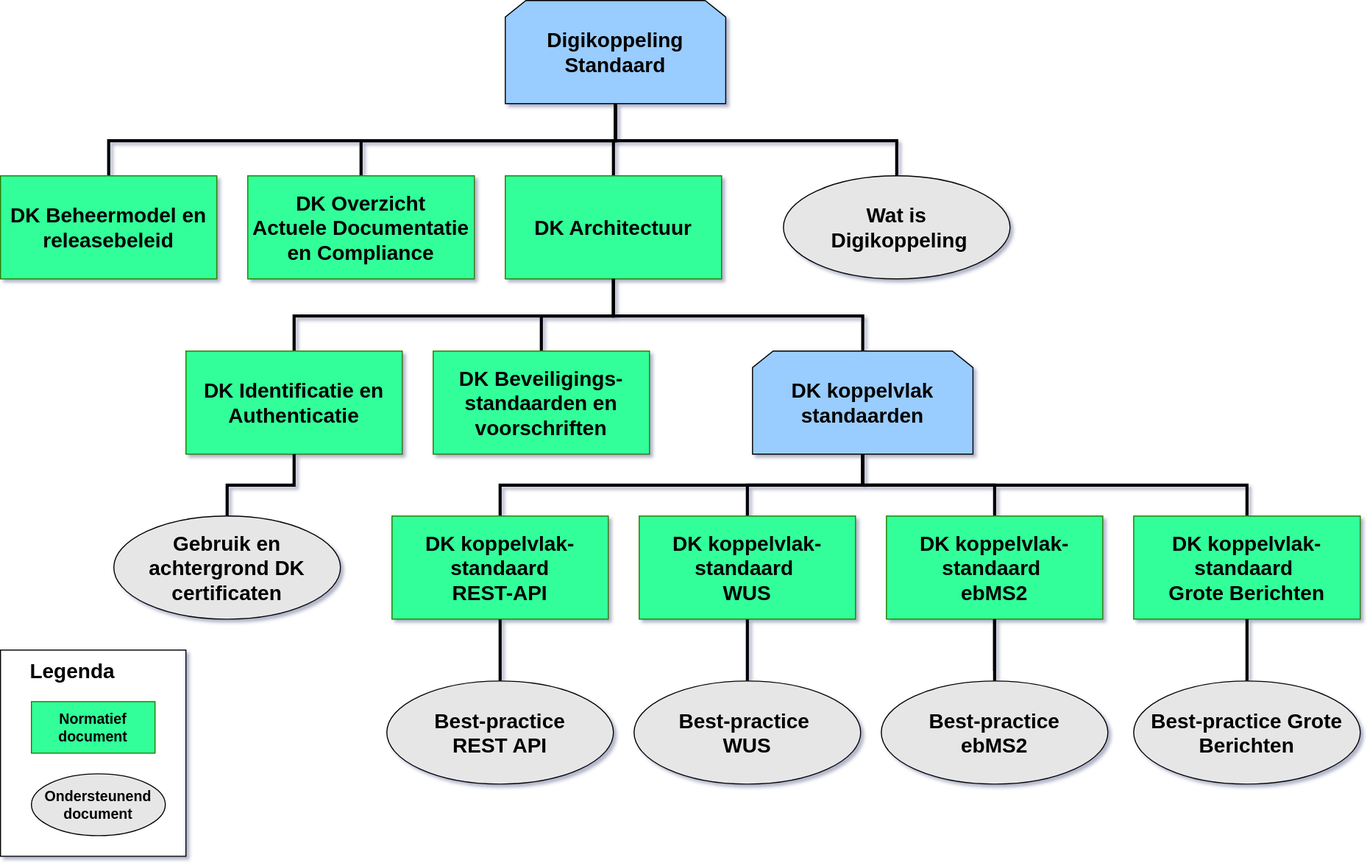
Earlier version of the draw.io export media/DK_Specificatie_structuur.svg (Logius-standaarden/Digikoppeling-Overzicht-Actuele-Documentatie-en-Compliance). Source tidied: cells renumbered, new cells last; positions are measured from the earlier drawing's top-left corner, leaving out a move shared by most shapes.
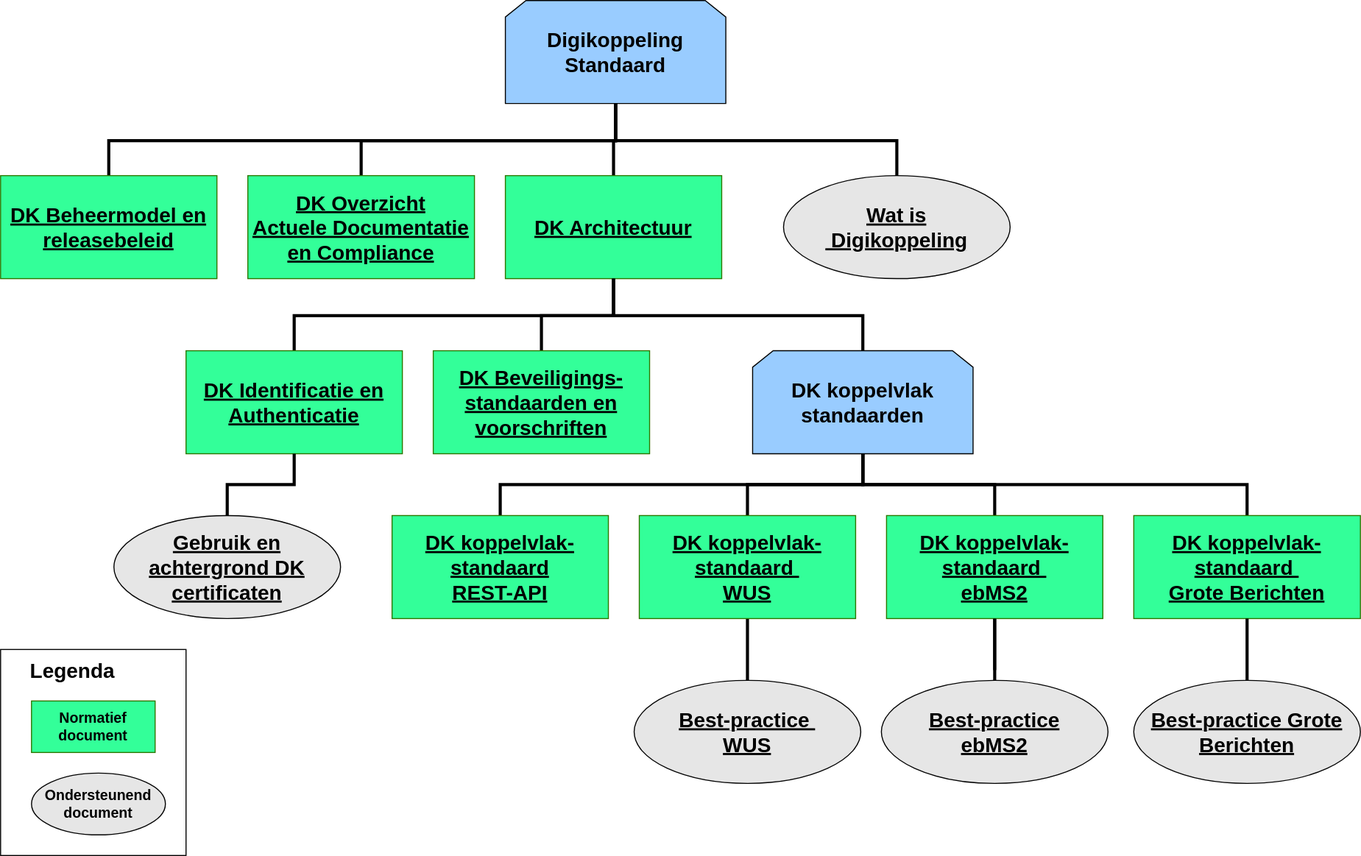
After the commit.

Commit message:
Beheer: update digikoppeling overzicht met linkjes

What changed in the source:
```diff
@@ -8,13 +8,13 @@
     <mxCell id="3" value="&lt;b style=&quot;font-size: 20px;&quot;&gt;Digikoppeling&lt;br style=&quot;font-size: 20px;&quot;&gt;&amp;nbsp;Standaard&amp;nbsp;&lt;/b&gt;" style="shape=loopLimit;whiteSpace=wrap;html=1;fontSize=20;fillColor=#99CCFF;" parent="1" vertex="1">
       <mxGeometry x="490" width="214" height="100" as="geometry" />
     </mxCell>
-    <mxCell id="4" value="DK Beheermodel en releasebeleid" style="rounded=0;whiteSpace=wrap;html=1;fontSize=20;fontStyle=1;fillColor=#33FF99;strokeColor=#2D7600;fontColor=#000000;" parent="1" vertex="1">
+    <mxCell id="4" value="&lt;u&gt;DK Beheermodel en releasebeleid&lt;/u&gt;" style="rounded=0;whiteSpace=wrap;html=1;fontSize=20;fontStyle=1;fillColor=#33FF99;strokeColor=#2D7600;fontColor=#000000;" parent="1" vertex="1">
       <mxGeometry y="170" width="210" height="100" as="geometry" />
     </mxCell>
     <mxCell id="5" style="edgeStyle=elbowEdgeStyle;rounded=0;jettySize=auto;elbow=vertical;html=1;exitX=0.5;exitY=0;exitDx=0;exitDy=0;entryX=0.5;entryY=1;entryDx=0;entryDy=0;fontSize=20;fontColor=#000000;endArrow=none;endFill=0;strokeWidth=3;" parent="1" edge="1" source="6" target="3">
       <mxGeometry relative="1" as="geometry" />
     </mxCell>
-    <mxCell id="6" value="&lt;div style=&quot;font-size: 20px&quot;&gt;&lt;br&gt;&lt;/div&gt;&lt;div style=&quot;font-size: 20px&quot;&gt;DK Overzicht &lt;br&gt;Actuele Documentatie en Compliance&lt;/div&gt;&lt;div style=&quot;font-size: 20px&quot;&gt;&lt;br style=&quot;font-size: 20px&quot;&gt;&lt;/div&gt;" style="rounded=0;whiteSpace=wrap;html=1;fontSize=20;fontStyle=1;fillColor=#33FF99;strokeColor=#2D7600;fontColor=#000000;" parent="1" vertex="1">
+    <mxCell id="6" value="&lt;div style=&quot;font-size: 20px&quot;&gt;&lt;br&gt;&lt;/div&gt;&lt;div style=&quot;font-size: 20px&quot;&gt;&lt;u&gt;DK Overzicht &lt;br&gt;Actuele Documentatie en Compliance&lt;/u&gt;&lt;/div&gt;&lt;div style=&quot;font-size: 20px&quot;&gt;&lt;br style=&quot;font-size: 20px&quot;&gt;&lt;/div&gt;" style="rounded=0;whiteSpace=wrap;html=1;fontSize=20;fontStyle=1;fillColor=#33FF99;strokeColor=#2D7600;fontColor=#000000;" parent="1" vertex="1">
       <mxGeometry x="240" y="170" width="220" height="100" as="geometry" />
     </mxCell>
     <mxCell id="7" style="edgeStyle=elbowEdgeStyle;rounded=0;jettySize=auto;elbow=vertical;html=1;exitX=0.5;exitY=0;exitDx=0;exitDy=0;entryX=0.5;entryY=1;entryDx=0;entryDy=0;fontSize=20;fontColor=#000000;endArrow=none;endFill=0;strokeWidth=3;" parent="1" edge="1" source="9" target="3">
@@ -23,22 +23,22 @@
     <mxCell id="8" style="edgeStyle=elbowEdgeStyle;rounded=0;jettySize=auto;elbow=vertical;html=1;exitX=0.5;exitY=1;exitDx=0;exitDy=0;entryX=0.5;entryY=0;entryDx=0;entryDy=0;fontSize=20;fontColor=#000000;endArrow=none;endFill=0;strokeWidth=3;" parent="1" edge="1" source="9" target="12">
       <mxGeometry relative="1" as="geometry" />
     </mxCell>
-    <mxCell id="9" value="&lt;div style=&quot;font-size: 20px&quot;&gt;DK Architectuur&lt;/div&gt;" style="rounded=0;whiteSpace=wrap;html=1;fontSize=20;fontStyle=1;fillColor=#33FF99;strokeColor=#2D7600;fontColor=#000000;" parent="1" vertex="1">
+    <mxCell id="9" value="&lt;div style=&quot;font-size: 20px&quot;&gt;&lt;u&gt;DK Architectuur&lt;/u&gt;&lt;/div&gt;" style="rounded=0;whiteSpace=wrap;html=1;fontSize=20;fontStyle=1;fillColor=#33FF99;strokeColor=#2D7600;fontColor=#000000;" parent="1" vertex="1">
       <mxGeometry x="490" y="170" width="210" height="100" as="geometry" />
     </mxCell>
     <mxCell id="10" style="edgeStyle=elbowEdgeStyle;rounded=0;jettySize=auto;elbow=vertical;html=1;exitX=0.5;exitY=0;exitDx=0;exitDy=0;entryX=0.5;entryY=1;entryDx=0;entryDy=0;fontSize=20;fontColor=#000000;endArrow=none;endFill=0;strokeWidth=3;" parent="1" edge="1" source="11" target="3">
       <mxGeometry relative="1" as="geometry" />
     </mxCell>
-    <mxCell id="11" value="Wat is&lt;br&gt;&amp;nbsp;Digikoppeling" style="ellipse;whiteSpace=wrap;html=1;fontSize=20;fontColor=#000000;fillColor=#E6E6E6;fontStyle=1;" parent="1" vertex="1">
+    <mxCell id="11" value="&lt;u&gt;Wat is&lt;br&gt;&amp;nbsp;Digikoppeling&lt;/u&gt;" style="ellipse;whiteSpace=wrap;html=1;fontSize=20;fontColor=#000000;fillColor=#E6E6E6;fontStyle=1;" parent="1" vertex="1">
       <mxGeometry x="760" y="170" width="220" height="100" as="geometry" />
     </mxCell>
-    <mxCell id="12" value="&lt;div&gt;DK Identificatie en Authenticatie&lt;/div&gt;" style="rounded=0;whiteSpace=wrap;html=1;fontSize=20;fontStyle=1;fillColor=#33FF99;strokeColor=#2D7600;fontColor=#000000;" parent="1" vertex="1">
+    <mxCell id="12" value="&lt;div&gt;&lt;u&gt;DK Identificatie en Authenticatie&lt;/u&gt;&lt;/div&gt;" style="rounded=0;whiteSpace=wrap;html=1;fontSize=20;fontStyle=1;fillColor=#33FF99;strokeColor=#2D7600;fontColor=#000000;" parent="1" vertex="1">
       <mxGeometry x="180" y="340" width="210" height="100" as="geometry" />
     </mxCell>
     <mxCell id="13" style="edgeStyle=elbowEdgeStyle;rounded=0;jettySize=auto;elbow=vertical;html=1;exitX=0.5;exitY=0;exitDx=0;exitDy=0;entryX=0.5;entryY=1;entryDx=0;entryDy=0;fontSize=20;fontColor=#000000;endArrow=none;endFill=0;strokeWidth=3;" parent="1" edge="1" source="14" target="9">
       <mxGeometry relative="1" as="geometry" />
     </mxCell>
-    <mxCell id="14" value="&lt;div&gt;DK Beveiligings-standaarden en voorschriften&lt;/div&gt;" style="rounded=0;whiteSpace=wrap;html=1;fontSize=20;fontStyle=1;fillColor=#33FF99;strokeColor=#2D7600;fontColor=#000000;" parent="1" vertex="1">
+    <mxCell id="14" value="&lt;div&gt;&lt;u&gt;DK Beveiligings-standaarden en voorschriften&lt;/u&gt;&lt;/div&gt;" style="rounded=0;whiteSpace=wrap;html=1;fontSize=20;fontStyle=1;fillColor=#33FF99;strokeColor=#2D7600;fontColor=#000000;" parent="1" vertex="1">
       <mxGeometry x="420" y="340" width="210" height="100" as="geometry" />
     </mxCell>
     <mxCell id="15" style="edgeStyle=elbowEdgeStyle;rounded=0;jettySize=auto;elbow=vertical;html=1;exitX=0.5;exitY=0;exitDx=0;exitDy=0;entryX=0.5;entryY=1;entryDx=0;entryDy=0;fontSize=20;fontColor=#000000;endArrow=none;endFill=0;strokeWidth=3;" parent="1" edge="1" source="16" target="9">
@@ -50,10 +50,7 @@
     <mxCell id="17" style="edgeStyle=elbowEdgeStyle;rounded=0;jettySize=auto;elbow=vertical;html=1;exitX=0.5;exitY=0;exitDx=0;exitDy=0;entryX=0.5;entryY=1;entryDx=0;entryDy=0;fontSize=20;fontColor=#000000;endArrow=none;endFill=0;strokeWidth=3;" parent="1" edge="1" source="19" target="16">
       <mxGeometry relative="1" as="geometry" />
     </mxCell>
-    <mxCell id="18" style="edgeStyle=elbowEdgeStyle;rounded=0;jettySize=auto;elbow=vertical;html=1;exitX=0.5;exitY=1;exitDx=0;exitDy=0;entryX=0.5;entryY=0;entryDx=0;entryDy=0;fontSize=20;fontColor=#000000;endArrow=none;endFill=0;strokeWidth=3;" parent="1" edge="1" source="19" target="28">
-      <mxGeometry relative="1" as="geometry" />
-    </mxCell>
-    <mxCell id="19" value="&lt;div&gt;DK koppelvlak-standaard&lt;/div&gt;&lt;div&gt;&lt;span&gt;&#9;&lt;/span&gt; REST-API&lt;/div&gt;" style="rounded=0;whiteSpace=wrap;html=1;fontSize=20;fontStyle=1;fillColor=#33FF99;strokeColor=#2D7600;fontColor=#000000;" parent="1" vertex="1">
+    <mxCell id="19" value="&lt;div&gt;&lt;u&gt;DK koppelvlak-standaard&lt;/u&gt;&lt;/div&gt;&lt;div&gt;&lt;u&gt;&lt;span&gt;&#9;&lt;/span&gt; REST-API&lt;/u&gt;&lt;/div&gt;" style="rounded=0;whiteSpace=wrap;html=1;fontSize=20;fontStyle=1;fillColor=#33FF99;strokeColor=#2D7600;fontColor=#000000;" parent="1" vertex="1">
       <mxGeometry x="380" y="500" width="210" height="100" as="geometry" />
     </mxCell>
     <mxCell id="20" style="edgeStyle=elbowEdgeStyle;rounded=0;jettySize=auto;elbow=vertical;html=1;exitX=0.5;exitY=0;exitDx=0;exitDy=0;entryX=0.5;entryY=1;entryDx=0;entryDy=0;fontSize=20;fontColor=#000000;endArrow=none;endFill=0;strokeWidth=3;" parent="1" edge="1" source="22" target="16">
@@ -62,7 +59,7 @@
     <mxCell id="21" style="edgeStyle=elbowEdgeStyle;rounded=0;jettySize=auto;elbow=vertical;html=1;exitX=0.5;exitY=1;exitDx=0;exitDy=0;fontSize=20;fontColor=#000000;endArrow=none;endFill=0;strokeWidth=3;entryX=0.5;entryY=0;entryDx=0;entryDy=0;" parent="1" edge="1" source="22" target="29">
       <mxGeometry relative="1" as="geometry" />
     </mxCell>
-    <mxCell id="22" value="&lt;div&gt;DK koppelvlak-standaard&amp;nbsp;&lt;/div&gt;&lt;div&gt;&lt;span&gt;&#9;&lt;/span&gt;WUS&lt;/div&gt;" style="rounded=0;whiteSpace=wrap;html=1;fontSize=20;fontStyle=1;fillColor=#33FF99;strokeColor=#2D7600;fontColor=#000000;" parent="1" vertex="1">
+    <mxCell id="22" value="&lt;div&gt;&lt;u&gt;DK koppelvlak-standaard&amp;nbsp;&lt;/u&gt;&lt;/div&gt;&lt;div&gt;&lt;u&gt;&lt;span&gt;&#9;&lt;/span&gt;WUS&lt;/u&gt;&lt;/div&gt;" style="rounded=0;whiteSpace=wrap;html=1;fontSize=20;fontStyle=1;fillColor=#33FF99;strokeColor=#2D7600;fontColor=#000000;" parent="1" vertex="1">
       <mxGeometry x="620" y="500" width="210" height="100" as="geometry" />
     </mxCell>
     <mxCell id="23" style="edgeStyle=elbowEdgeStyle;rounded=0;jettySize=auto;elbow=vertical;html=1;exitX=0.5;exitY=0;exitDx=0;exitDy=0;entryX=0.5;entryY=1;entryDx=0;entryDy=0;fontSize=20;fontColor=#000000;endArrow=none;endFill=0;strokeWidth=3;" parent="1" edge="1" source="25" target="16">
@@ -73,34 +70,31 @@
         <mxPoint x="965" y="650" as="targetPoint" />
       </mxGeometry>
     </mxCell>
-    <mxCell id="25" value="&lt;div&gt;DK koppelvlak-standaard&amp;nbsp;&lt;/div&gt;&lt;div&gt;&lt;span&gt;&#9;&lt;/span&gt;ebMS2&lt;/div&gt;" style="rounded=0;whiteSpace=wrap;html=1;fontSize=20;fontStyle=1;fillColor=#33FF99;strokeColor=#2D7600;fontColor=#000000;" parent="1" vertex="1">
+    <mxCell id="25" value="&lt;div&gt;&lt;u&gt;DK koppelvlak-standaard&amp;nbsp;&lt;/u&gt;&lt;/div&gt;&lt;div&gt;&lt;u&gt;&lt;span&gt;&#9;&lt;/span&gt;ebMS2&lt;/u&gt;&lt;/div&gt;" style="rounded=0;whiteSpace=wrap;html=1;fontSize=20;fontStyle=1;fillColor=#33FF99;strokeColor=#2D7600;fontColor=#000000;" parent="1" vertex="1">
       <mxGeometry x="860" y="500" width="210" height="100" as="geometry" />
     </mxCell>
     <mxCell id="26" style="edgeStyle=elbowEdgeStyle;rounded=0;jettySize=auto;elbow=vertical;html=1;exitX=0.5;exitY=0;exitDx=0;exitDy=0;entryX=0.5;entryY=1;entryDx=0;entryDy=0;fontSize=20;fontColor=#000000;endArrow=none;endFill=0;strokeWidth=3;" parent="1" edge="1" source="27" target="16">
       <mxGeometry relative="1" as="geometry" />
     </mxCell>
-    <mxCell id="27" value="DK koppelvlak-standaard &#10;&#9;Grote Berichten" style="rounded=0;whiteSpace=wrap;html=1;fontSize=20;fontStyle=1;fillColor=#33FF99;strokeColor=#2D7600;fontColor=#000000;" parent="1" vertex="1">
+    <mxCell id="27" value="&lt;u&gt;DK koppelvlak-standaard&amp;nbsp;&lt;br&gt;&#9;Grote Berichten&lt;/u&gt;" style="rounded=0;whiteSpace=wrap;html=1;fontSize=20;fontStyle=1;fillColor=#33FF99;strokeColor=#2D7600;fontColor=#000000;" parent="1" vertex="1">
       <mxGeometry x="1100" y="500" width="220" height="100" as="geometry" />
     </mxCell>
-    <mxCell id="28" value="&lt;div&gt;Best-practice&lt;/div&gt;&lt;div&gt;&lt;span&gt;&#9;&#9;&lt;/span&gt;REST API&lt;/div&gt;" style="ellipse;whiteSpace=wrap;html=1;fontSize=20;fontColor=#000000;fillColor=#E6E6E6;fontStyle=1;" parent="1" vertex="1">
-      <mxGeometry x="375" y="660" width="220" height="100" as="geometry" />
-    </mxCell>
-    <mxCell id="29" value="&lt;div&gt;Best-practice&amp;nbsp;&lt;/div&gt;&lt;div&gt;&lt;span&gt;&#9;&#9;&lt;/span&gt;WUS&lt;/div&gt;" style="ellipse;whiteSpace=wrap;html=1;fontSize=20;fontColor=#000000;fillColor=#E6E6E6;fontStyle=1;" parent="1" vertex="1">
+    <mxCell id="29" value="&lt;div&gt;&lt;u&gt;Best-practice&amp;nbsp;&lt;/u&gt;&lt;/div&gt;&lt;div&gt;&lt;u&gt;&lt;span&gt;&#9;&#9;&lt;/span&gt;WUS&lt;/u&gt;&lt;/div&gt;" style="ellipse;whiteSpace=wrap;html=1;fontSize=20;fontColor=#000000;fillColor=#E6E6E6;fontStyle=1;" parent="1" vertex="1">
       <mxGeometry x="615" y="660" width="220" height="100" as="geometry" />
     </mxCell>
     <mxCell id="30" style="edgeStyle=elbowEdgeStyle;rounded=0;jettySize=auto;elbow=vertical;html=1;fontSize=20;fontColor=#000000;endArrow=none;endFill=0;strokeWidth=3;" parent="1" edge="1" source="31" target="25">
       <mxGeometry relative="1" as="geometry" />
     </mxCell>
-    <mxCell id="31" value="Best-practice &lt;br&gt;ebMS2" style="ellipse;whiteSpace=wrap;html=1;fontSize=20;fontColor=#000000;fillColor=#E6E6E6;fontStyle=1;" parent="1" vertex="1">
+    <mxCell id="31" value="&lt;u&gt;Best-practice &lt;br&gt;ebMS2&lt;/u&gt;" style="ellipse;whiteSpace=wrap;html=1;fontSize=20;fontColor=#000000;fillColor=#E6E6E6;fontStyle=1;" parent="1" vertex="1">
       <mxGeometry x="855" y="660" width="220" height="100" as="geometry" />
     </mxCell>
-    <mxCell id="32" value="Best-practice Grote Berichten" style="ellipse;whiteSpace=wrap;html=1;fontSize=20;fontColor=#000000;fillColor=#E6E6E6;fontStyle=1;" parent="1" vertex="1">
+    <mxCell id="32" value="&lt;u&gt;Best-practice Grote Berichten&lt;/u&gt;" style="ellipse;whiteSpace=wrap;html=1;fontSize=20;fontColor=#000000;fillColor=#E6E6E6;fontStyle=1;" parent="1" vertex="1">
       <mxGeometry x="1100" y="660" width="220" height="100" as="geometry" />
     </mxCell>
     <mxCell id="33" style="edgeStyle=elbowEdgeStyle;rounded=0;jettySize=auto;elbow=vertical;html=1;exitX=0.5;exitY=0;exitDx=0;exitDy=0;entryX=0.5;entryY=1;entryDx=0;entryDy=0;fontSize=20;fontColor=#000000;endArrow=none;endFill=0;strokeWidth=3;" parent="1" edge="1" source="34" target="12">
       <mxGeometry relative="1" as="geometry" />
     </mxCell>
-    <mxCell id="34" value="&lt;div&gt;&lt;font style=&quot;font-size: 20px&quot;&gt;Gebruik en achtergrond DK certificaten&lt;/font&gt;&lt;/div&gt;" style="ellipse;whiteSpace=wrap;html=1;fontSize=20;fontColor=#000000;fillColor=#E6E6E6;fontStyle=1;" parent="1" vertex="1">
+    <mxCell id="34" value="&lt;div&gt;&lt;font style=&quot;font-size: 20px&quot;&gt;&lt;u&gt;Gebruik en achtergrond DK certificaten&lt;/u&gt;&lt;/font&gt;&lt;/div&gt;" style="ellipse;whiteSpace=wrap;html=1;fontSize=20;fontColor=#000000;fillColor=#E6E6E6;fontStyle=1;" parent="1" vertex="1">
       <mxGeometry x="110" y="500" width="220" height="100" as="geometry" />
     </mxCell>
     <mxCell id="35" style="edgeStyle=elbowEdgeStyle;rounded=0;jettySize=auto;elbow=vertical;html=1;exitX=0.5;exitY=1;exitDx=0;exitDy=0;fontSize=20;fontColor=#000000;endArrow=none;endFill=0;strokeWidth=3;entryX=0.5;entryY=0;entryDx=0;entryDy=0;" parent="1" edge="1" source="27" target="32">
```
